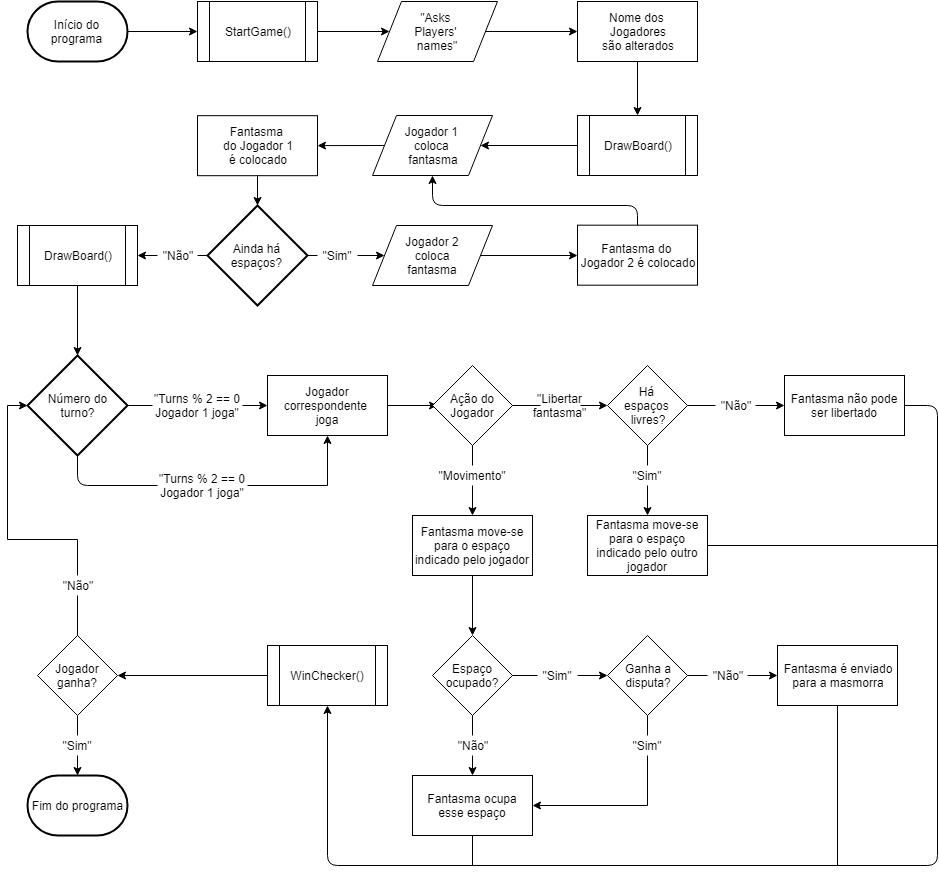
Earlier version of the draw.io export fluxograma.png (DianaPinetree/lp1_projeto1). Source tidied: cells renumbered, new cells last; positions are measured from the earlier drawing's top-left corner, leaving out a move shared by most shapes.
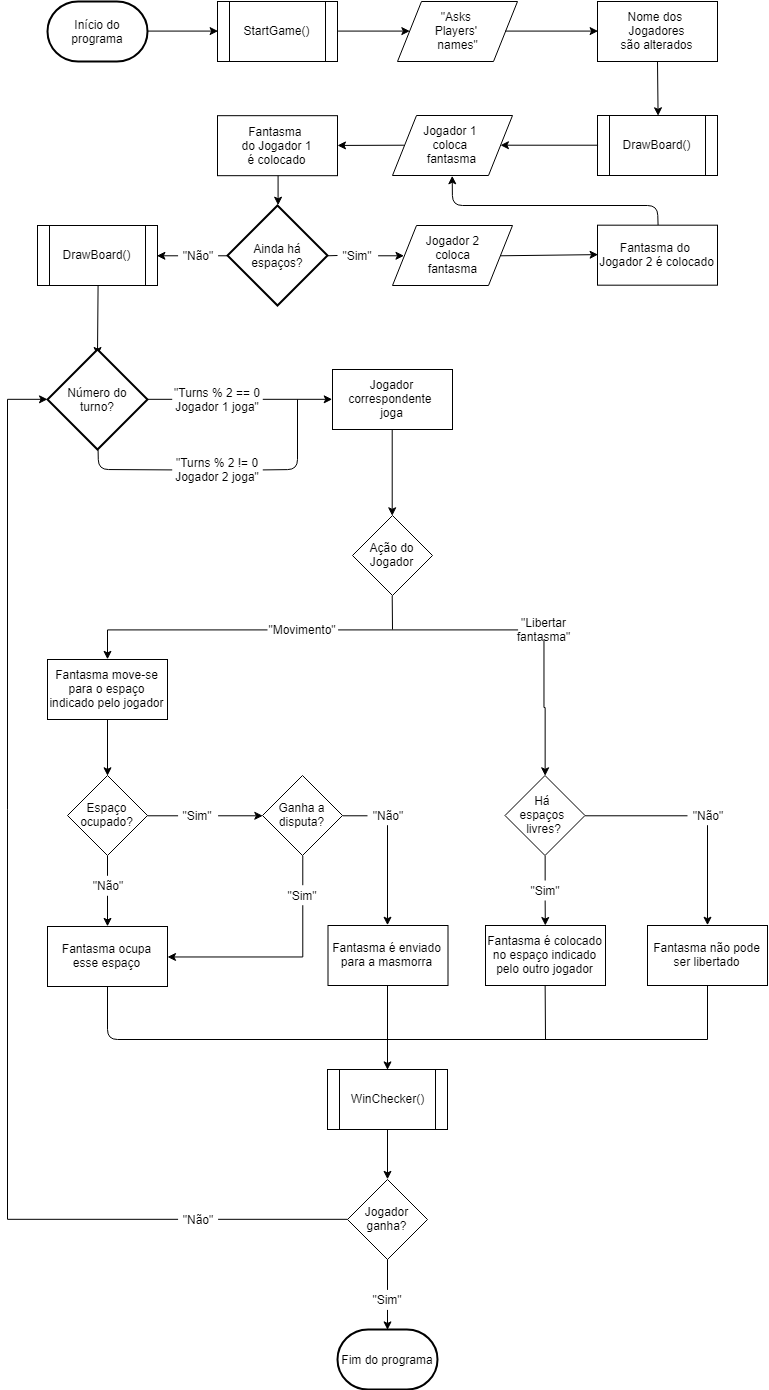
The same diagram one commit later.

Commit message:
Fluxogram 'rework'

Diff of the diagram source:
```diff
@@ -99,6 +99,6 @@
     <mxCell id="29" value="Número do&lt;br&gt;turno?&lt;br&gt;" style="strokeWidth=2;html=1;shape=mxgraph.flowchart.decision;whiteSpace=wrap;" parent="1" vertex="1">
-      <mxGeometry x="20" y="354" width="100" height="100" as="geometry" />
+      <mxGeometry x="20" y="348" width="100" height="100" as="geometry" />
     </mxCell>
     <mxCell id="30" value="Jogador correspondente&amp;nbsp;&lt;br&gt;joga&lt;br&gt;" style="rounded=0;whiteSpace=wrap;html=1;" parent="1" vertex="1">
-      <mxGeometry x="260" y="374" width="120" height="60" as="geometry" />
+      <mxGeometry x="305" y="368" width="120" height="60" as="geometry" />
     </mxCell>
@@ -108,3 +108,3 @@
     <mxCell id="32" value="&quot;Turns % 2 == 0&lt;br&gt;Jogador 1 joga&quot;&lt;br&gt;" style="text;html=1;strokeColor=none;fillColor=none;align=center;verticalAlign=middle;whiteSpace=wrap;rounded=0;" parent="1" vertex="1">
-      <mxGeometry x="145" y="374" width="90" height="60" as="geometry" />
+      <mxGeometry x="145" y="368" width="90" height="60" as="geometry" />
     </mxCell>
@@ -113,7 +113,4 @@
     </mxCell>
-    <mxCell id="34" style="edgeStyle=orthogonalEdgeStyle;rounded=0;jettySize=auto;html=1;exitX=1;exitY=0.5;exitDx=0;exitDy=0;entryX=0.5;entryY=1;entryDx=0;entryDy=0;" parent="1" edge="1" source="35" target="30">
-      <mxGeometry relative="1" as="geometry" />
-    </mxCell>
-    <mxCell id="35" value="&quot;Turns % 2 == 0&lt;br&gt;Jogador 1 joga&quot;&lt;br&gt;" style="text;html=1;strokeColor=none;fillColor=none;align=center;verticalAlign=middle;whiteSpace=wrap;rounded=0;" parent="1" vertex="1">
-      <mxGeometry x="150" y="454" width="90" height="60" as="geometry" />
+    <mxCell id="35" value="&quot;Turns % 2 != 0&lt;br&gt;Jogador 2&amp;nbsp;joga&quot;&lt;br&gt;" style="text;html=1;strokeColor=none;fillColor=none;align=center;verticalAlign=middle;whiteSpace=wrap;rounded=0;" parent="1" vertex="1">
+      <mxGeometry x="145" y="438" width="90" height="60" as="geometry" />
     </mxCell>
@@ -122,3 +119,3 @@
         <Array as="points">
-          <mxPoint x="70" y="484" />
+          <mxPoint x="71" y="468" />
         </Array>
@@ -126,3 +123,3 @@
     </mxCell>
-    <mxCell id="37" style="endArrow=classic;html=1;exitX=1;exitY=0.5;exitDx=0;exitDy=0;entryX=0.063;entryY=0.5;entryDx=0;entryDy=0;entryPerimeter=0;" parent="1" edge="1" source="30" target="38">
+    <mxCell id="37" style="endArrow=classic;html=1;exitX=0.5;exitY=1;exitDx=0;exitDy=0;entryX=0.5;entryY=0;entryDx=0;entryDy=0;" parent="1" edge="1" source="30" target="38">
       <mxGeometry relative="1" as="geometry" />
@@ -130,5 +127,5 @@
     <mxCell id="38" value="Ação do Jogador" style="rhombus;whiteSpace=wrap;html=1;" parent="1" vertex="1">
-      <mxGeometry x="425" y="364" width="80" height="80" as="geometry" />
+      <mxGeometry x="325" y="514" width="80" height="80" as="geometry" />
     </mxCell>
-    <mxCell id="39" style="edgeStyle=orthogonalEdgeStyle;rounded=0;jettySize=auto;html=1;exitX=1;exitY=0.5;exitDx=0;exitDy=0;entryX=0;entryY=0.5;entryDx=0;entryDy=0;" parent="1" edge="1" source="40" target="63">
+    <mxCell id="39" style="edgeStyle=orthogonalEdgeStyle;rounded=0;jettySize=auto;html=1;exitX=0.5;exitY=1;exitDx=0;exitDy=0;entryX=0.5;entryY=0;entryDx=0;entryDy=0;" parent="1" edge="1" source="40" target="63">
       <mxGeometry relative="1" as="geometry" />
@@ -136,5 +133,5 @@
     <mxCell id="40" value="&quot;Libertar fantasma&quot;" style="text;html=1;strokeColor=none;fillColor=none;align=center;verticalAlign=middle;whiteSpace=wrap;rounded=0;" parent="1" vertex="1">
-      <mxGeometry x="532.5" y="394" width="40" height="20" as="geometry" />
+      <mxGeometry x="490" y="618" width="53" height="20" as="geometry" />
     </mxCell>
-    <mxCell id="41" style="edgeStyle=orthogonalEdgeStyle;rounded=0;jettySize=auto;html=1;exitX=0.5;exitY=1;exitDx=0;exitDy=0;entryX=0.5;entryY=0;entryDx=0;entryDy=0;" parent="1" edge="1" source="42" target="43">
+    <mxCell id="41" style="edgeStyle=orthogonalEdgeStyle;rounded=0;jettySize=auto;html=1;exitX=0;exitY=0.5;exitDx=0;exitDy=0;entryX=0.5;entryY=0;entryDx=0;entryDy=0;" parent="1" edge="1" source="42" target="43">
       <mxGeometry relative="1" as="geometry" />
@@ -142,28 +139,18 @@
     <mxCell id="42" value="&quot;Movimento&quot;" style="text;html=1;strokeColor=none;fillColor=none;align=center;verticalAlign=middle;whiteSpace=wrap;rounded=0;" parent="1" vertex="1">
-      <mxGeometry x="445" y="464" width="40" height="20" as="geometry" />
+      <mxGeometry x="240" y="618" width="70" height="20" as="geometry" />
     </mxCell>
     <mxCell id="43" value="Fantasma move-se para o espaço indicado pelo jogador" style="rounded=0;whiteSpace=wrap;html=1;" parent="1" vertex="1">
-      <mxGeometry x="405" y="514" width="120" height="60" as="geometry" />
+      <mxGeometry x="20" y="658" width="120" height="60" as="geometry" />
     </mxCell>
-    <mxCell id="44" style="endArrow=none;html=1;exitX=0.5;exitY=0;exitDx=0;exitDy=0;entryX=0.5;entryY=1;entryDx=0;entryDy=0;" parent="1" edge="1" source="42" target="38">
-      <mxGeometry relative="1" as="geometry" />
-    </mxCell>
-    <mxCell id="45" style="endArrow=none;html=1;exitX=0;exitY=0.5;exitDx=0;exitDy=0;entryX=1;entryY=0.5;entryDx=0;entryDy=0;" parent="1" edge="1" source="40" target="38">
-      <mxGeometry relative="1" as="geometry" />
-    </mxCell>
-    <mxCell id="46" style="endArrow=classic;html=1;exitX=0.5;exitY=1;exitDx=0;exitDy=0;" parent="1" edge="1" source="43">
-      <mxGeometry relative="1" as="geometry">
-        <mxPoint x="465" y="634" as="targetPoint" />
-      </mxGeometry>
+    <mxCell id="46" style="endArrow=classic;html=1;exitX=0.5;exitY=1;exitDx=0;exitDy=0;entryX=0.5;entryY=0;entryDx=0;entryDy=0;" parent="1" edge="1" source="43" target="47">
+      <mxGeometry relative="1" as="geometry" />
     </mxCell>
     <mxCell id="47" value="Espaço ocupado?" style="rhombus;whiteSpace=wrap;html=1;" parent="1" vertex="1">
-      <mxGeometry x="425" y="634" width="80" height="80" as="geometry" />
+      <mxGeometry x="40" y="774" width="80" height="80" as="geometry" />
     </mxCell>
-    <mxCell id="48" style="edgeStyle=orthogonalEdgeStyle;rounded=0;jettySize=auto;html=1;exitX=1;exitY=0.5;exitDx=0;exitDy=0;entryX=0;entryY=0.5;entryDx=0;entryDy=0;" parent="1" edge="1" source="49">
-      <mxGeometry relative="1" as="geometry">
-        <mxPoint x="600" y="674" as="targetPoint" />
-      </mxGeometry>
+    <mxCell id="48" style="edgeStyle=orthogonalEdgeStyle;rounded=0;jettySize=auto;html=1;exitX=1;exitY=0.5;exitDx=0;exitDy=0;entryX=0;entryY=0.5;entryDx=0;entryDy=0;" parent="1" edge="1" source="49" target="55">
+      <mxGeometry relative="1" as="geometry" />
     </mxCell>
     <mxCell id="49" value="&quot;Sim&quot;&lt;br&gt;" style="text;html=1;strokeColor=none;fillColor=none;align=center;verticalAlign=middle;whiteSpace=wrap;rounded=0;" parent="1" vertex="1">
-      <mxGeometry x="530" y="664" width="40" height="20" as="geometry" />
+      <mxGeometry x="150" y="804" width="40" height="20" as="geometry" />
     </mxCell>
@@ -173,3 +160,3 @@
     <mxCell id="51" value="&quot;Não&quot;" style="text;html=1;strokeColor=none;fillColor=none;align=center;verticalAlign=middle;whiteSpace=wrap;rounded=0;" parent="1" vertex="1">
-      <mxGeometry x="445" y="734" width="40" height="20" as="geometry" />
+      <mxGeometry x="60" y="874" width="40" height="20" as="geometry" />
     </mxCell>
@@ -182,6 +169,6 @@
     <mxCell id="54" value="Fantasma ocupa esse espaço" style="rounded=0;whiteSpace=wrap;html=1;" parent="1" vertex="1">
-      <mxGeometry x="405" y="774" width="120" height="60" as="geometry" />
+      <mxGeometry x="20" y="925" width="120" height="60" as="geometry" />
     </mxCell>
     <mxCell id="55" value="Ganha a&lt;br&gt;disputa?&lt;br&gt;" style="rhombus;whiteSpace=wrap;html=1;" parent="1" vertex="1">
-      <mxGeometry x="600" y="634" width="80" height="80" as="geometry" />
+      <mxGeometry x="235" y="774" width="80" height="80" as="geometry" />
     </mxCell>
@@ -191,3 +178,3 @@
     <mxCell id="57" value="&quot;Sim&quot;&lt;br&gt;" style="text;html=1;strokeColor=none;fillColor=none;align=center;verticalAlign=middle;whiteSpace=wrap;rounded=0;" parent="1" vertex="1">
-      <mxGeometry x="620" y="734" width="40" height="20" as="geometry" />
+      <mxGeometry x="255" y="884" width="40" height="20" as="geometry" />
     </mxCell>
@@ -196,3 +183,3 @@
     </mxCell>
-    <mxCell id="59" style="edgeStyle=orthogonalEdgeStyle;rounded=0;jettySize=auto;html=1;exitX=1;exitY=0.5;exitDx=0;exitDy=0;entryX=0;entryY=0.5;entryDx=0;entryDy=0;" parent="1" edge="1" source="60" target="62">
+    <mxCell id="59" style="edgeStyle=orthogonalEdgeStyle;rounded=0;jettySize=auto;html=1;exitX=0.5;exitY=1;exitDx=0;exitDy=0;entryX=0.5;entryY=0;entryDx=0;entryDy=0;" parent="1" edge="1" source="60" target="62">
       <mxGeometry relative="1" as="geometry" />
@@ -200,3 +187,3 @@
     <mxCell id="60" value="&quot;Não&quot;" style="text;html=1;strokeColor=none;fillColor=none;align=center;verticalAlign=middle;whiteSpace=wrap;rounded=0;" parent="1" vertex="1">
-      <mxGeometry x="700" y="664" width="40" height="20" as="geometry" />
+      <mxGeometry x="340" y="804" width="40" height="20" as="geometry" />
     </mxCell>
@@ -206,8 +193,8 @@
     <mxCell id="62" value="Fantasma é enviado&lt;br&gt;para a masmorra&lt;br&gt;" style="rounded=0;whiteSpace=wrap;html=1;" parent="1" vertex="1">
-      <mxGeometry x="770" y="644" width="120" height="60" as="geometry" />
+      <mxGeometry x="300.5" y="924" width="120" height="60" as="geometry" />
     </mxCell>
     <mxCell id="63" value="Há &lt;br&gt;espaços&amp;nbsp;&lt;br&gt;livres?" style="rhombus;whiteSpace=wrap;html=1;" parent="1" vertex="1">
-      <mxGeometry x="600" y="364" width="80" height="80" as="geometry" />
+      <mxGeometry x="477.5" y="774" width="80" height="80" as="geometry" />
     </mxCell>
-    <mxCell id="64" style="edgeStyle=orthogonalEdgeStyle;rounded=0;jettySize=auto;html=1;exitX=1;exitY=0.5;exitDx=0;exitDy=0;entryX=0;entryY=0.5;entryDx=0;entryDy=0;" parent="1" edge="1" source="65" target="66">
+    <mxCell id="64" style="edgeStyle=orthogonalEdgeStyle;rounded=0;jettySize=auto;html=1;entryX=0.5;entryY=0;entryDx=0;entryDy=0;exitX=0.5;exitY=1;exitDx=0;exitDy=0;" parent="1" edge="1" source="65" target="66">
       <mxGeometry relative="1" as="geometry" />
@@ -215,6 +202,6 @@
     <mxCell id="65" value="&quot;Não&quot;" style="text;html=1;strokeColor=none;fillColor=none;align=center;verticalAlign=middle;whiteSpace=wrap;rounded=0;" parent="1" vertex="1">
-      <mxGeometry x="707.5" y="394" width="40" height="20" as="geometry" />
+      <mxGeometry x="660" y="804" width="40" height="20" as="geometry" />
     </mxCell>
     <mxCell id="66" value="Fantasma não pode ser libertado" style="rounded=0;whiteSpace=wrap;html=1;" parent="1" vertex="1">
-      <mxGeometry x="777" y="374" width="120" height="60" as="geometry" />
+      <mxGeometry x="620" y="924" width="120" height="60" as="geometry" />
     </mxCell>
@@ -224,3 +211,3 @@
     <mxCell id="68" value="&quot;Sim&quot;&lt;br&gt;" style="text;html=1;strokeColor=none;fillColor=none;align=center;verticalAlign=middle;whiteSpace=wrap;rounded=0;" parent="1" vertex="1">
-      <mxGeometry x="620" y="464" width="40" height="20" as="geometry" />
+      <mxGeometry x="497.5" y="879" width="40" height="20" as="geometry" />
     </mxCell>
@@ -232,41 +219,9 @@
     </mxCell>
-    <mxCell id="71" value="Fantasma move-se para o espaço indicado pelo outro jogador" style="rounded=0;whiteSpace=wrap;html=1;" parent="1" vertex="1">
-      <mxGeometry x="580" y="514" width="120" height="60" as="geometry" />
+    <mxCell id="71" value="Fantasma é colocado no espaço indicado pelo outro jogador" style="rounded=0;whiteSpace=wrap;html=1;" parent="1" vertex="1">
+      <mxGeometry x="458" y="924" width="120" height="60" as="geometry" />
     </mxCell>
-    <mxCell id="72" style="endArrow=none;html=1;exitX=1;exitY=0.5;exitDx=0;exitDy=0;" parent="1" edge="1" source="66">
-      <mxGeometry relative="1" as="geometry">
-        <mxPoint x="810" y="864" as="targetPoint" />
-        <Array as="points">
-          <mxPoint x="930" y="404" />
-          <mxPoint x="930" y="864" />
-        </Array>
-      </mxGeometry>
-    </mxCell>
-    <mxCell id="73" style="endArrow=none;html=1;exitX=1;exitY=0.5;exitDx=0;exitDy=0;" parent="1" edge="1" source="71">
-      <mxGeometry relative="1" as="geometry">
-        <mxPoint x="930" y="544" as="targetPoint" />
-      </mxGeometry>
-    </mxCell>
-    <mxCell id="74" style="endArrow=none;html=1;entryX=0.5;entryY=1;entryDx=0;entryDy=0;" parent="1" edge="1" target="62">
-      <mxGeometry relative="1" as="geometry">
-        <mxPoint x="830" y="864" as="sourcePoint" />
-      </mxGeometry>
-    </mxCell>
-    <mxCell id="75" style="endArrow=none;html=1;entryX=0.5;entryY=1;entryDx=0;entryDy=0;" parent="1" edge="1" target="54">
-      <mxGeometry relative="1" as="geometry">
-        <mxPoint x="465" y="864" as="sourcePoint" />
-      </mxGeometry>
-    </mxCell>
-    <mxCell id="76" style="endArrow=classic;html=1;entryX=0.5;entryY=1;entryDx=0;entryDy=0;" parent="1" edge="1" target="77">
-      <mxGeometry relative="1" as="geometry">
-        <mxPoint x="820" y="864" as="sourcePoint" />
-        <Array as="points">
-          <mxPoint x="320" y="864" />
-        </Array>
-      </mxGeometry>
-    </mxCell>
     <mxCell id="77" value="WinChecker()" style="shape=process;whiteSpace=wrap;html=1;backgroundOutline=1;" parent="1" vertex="1">
-      <mxGeometry x="260" y="644" width="120" height="60" as="geometry" />
+      <mxGeometry x="300" y="1068" width="120" height="60" as="geometry" />
     </mxCell>
-    <mxCell id="78" style="endArrow=classic;html=1;entryX=1;entryY=0.5;entryDx=0;entryDy=0;exitX=0;exitY=0.5;exitDx=0;exitDy=0;" parent="1" edge="1" source="77" target="79">
+    <mxCell id="78" style="endArrow=classic;html=1;entryX=0.5;entryY=0;entryDx=0;entryDy=0;exitX=0.5;exitY=1;exitDx=0;exitDy=0;" parent="1" edge="1" source="77" target="79">
       <mxGeometry relative="1" as="geometry" />
@@ -274,10 +229,9 @@
     <mxCell id="79" value="Jogador ganha?" style="rhombus;whiteSpace=wrap;html=1;" parent="1" vertex="1">
-      <mxGeometry x="30" y="634" width="80" height="80" as="geometry" />
+      <mxGeometry x="320" y="1178" width="80" height="80" as="geometry" />
     </mxCell>
-    <mxCell id="80" style="edgeStyle=orthogonalEdgeStyle;rounded=0;jettySize=auto;html=1;exitX=0.5;exitY=0;exitDx=0;exitDy=0;entryX=0;entryY=0.5;entryDx=0;entryDy=0;entryPerimeter=0;" parent="1" edge="1" source="81" target="29">
+    <mxCell id="80" style="edgeStyle=orthogonalEdgeStyle;rounded=0;jettySize=auto;html=1;exitX=0;exitY=0.5;exitDx=0;exitDy=0;entryX=0;entryY=0.5;entryDx=0;entryDy=0;entryPerimeter=0;" parent="1" edge="1" source="81" target="29">
       <mxGeometry relative="1" as="geometry">
         <Array as="points">
-          <mxPoint x="70" y="538" />
-          <mxPoint y="538" />
-          <mxPoint y="404" />
+          <mxPoint x="-20" y="1218" />
+          <mxPoint x="-20" y="398" />
         </Array>
@@ -286,3 +240,3 @@
     <mxCell id="81" value="&quot;Não&quot;" style="text;html=1;strokeColor=none;fillColor=none;align=center;verticalAlign=middle;whiteSpace=wrap;rounded=0;" parent="1" vertex="1">
-      <mxGeometry x="50" y="574" width="40" height="20" as="geometry" />
+      <mxGeometry x="150" y="1208" width="40" height="20" as="geometry" />
     </mxCell>
@@ -292,13 +246,56 @@
     <mxCell id="83" value="&quot;Sim&quot;" style="text;html=1;strokeColor=none;fillColor=none;align=center;verticalAlign=middle;whiteSpace=wrap;rounded=0;" parent="1" vertex="1">
-      <mxGeometry x="50" y="734" width="40" height="20" as="geometry" />
+      <mxGeometry x="340" y="1288" width="40" height="20" as="geometry" />
     </mxCell>
-    <mxCell id="84" style="endArrow=none;html=1;entryX=0.5;entryY=1;entryDx=0;entryDy=0;exitX=0.5;exitY=0;exitDx=0;exitDy=0;" parent="1" edge="1" source="79" target="81">
-      <mxGeometry relative="1" as="geometry" />
-    </mxCell>
+    <mxCell id="86" value="Fim do programa" style="strokeWidth=2;html=1;shape=mxgraph.flowchart.terminator;whiteSpace=wrap;" parent="1" vertex="1">
+      <mxGeometry x="310" y="1328" width="100" height="60" as="geometry" />
+    </mxCell>
+    <mxCell id="87" style="endArrow=none;html=1;entryX=1;entryY=0.5;entryDx=0;entryDy=0;" parent="1" edge="1" target="35">
+      <mxGeometry relative="1" as="geometry">
+        <mxPoint x="270" y="398" as="sourcePoint" />
+        <Array as="points">
+          <mxPoint x="270" y="468" />
+        </Array>
+      </mxGeometry>
+    </mxCell>
+    <mxCell id="88" style="endArrow=none;html=1;entryX=0;entryY=0.5;entryDx=0;entryDy=0;exitX=1;exitY=0.5;exitDx=0;exitDy=0;" parent="1" edge="1" source="42" target="40">
+      <mxGeometry relative="1" as="geometry" />
+    </mxCell>
+    <mxCell id="89" style="endArrow=none;html=1;entryX=0.5;entryY=1;entryDx=0;entryDy=0;" parent="1" edge="1" target="38">
+      <mxGeometry relative="1" as="geometry">
+        <mxPoint x="365" y="628" as="sourcePoint" />
+      </mxGeometry>
+    </mxCell>
-    <mxCell id="85" style="endArrow=none;html=1;entryX=0.5;entryY=1;entryDx=0;entryDy=0;exitX=0.5;exitY=0;exitDx=0;exitDy=0;" parent="1" edge="1" source="83" target="79">
+    <mxCell id="85" style="endArrow=none;html=1;exitX=0.5;exitY=0;exitDx=0;exitDy=0;entryX=0.5;entryY=1;entryDx=0;entryDy=0;" parent="1" edge="1" source="83" target="79">
       <mxGeometry relative="1" as="geometry" />
     </mxCell>
-    <mxCell id="86" value="Fim do programa" style="strokeWidth=2;html=1;shape=mxgraph.flowchart.terminator;whiteSpace=wrap;" parent="1" vertex="1">
-      <mxGeometry x="20" y="774" width="100" height="60" as="geometry" />
-    </mxCell>
+    <mxCell id="90" style="endArrow=none;html=1;entryX=0;entryY=0.5;entryDx=0;entryDy=0;exitX=1;exitY=0.5;exitDx=0;exitDy=0;" parent="1" edge="1" source="81" target="79">
+      <mxGeometry relative="1" as="geometry" />
+    </mxCell>
+    <mxCell id="91" style="endArrow=none;html=1;entryX=0.5;entryY=1;entryDx=0;entryDy=0;" parent="1" edge="1" target="54">
+      <mxGeometry relative="1" as="geometry">
+        <mxPoint x="360" y="1038" as="sourcePoint" />
+        <Array as="points">
+          <mxPoint x="80" y="1038" />
+        </Array>
+      </mxGeometry>
+    </mxCell>
+    <mxCell id="92" style="endArrow=classic;html=1;exitX=0.5;exitY=1;exitDx=0;exitDy=0;entryX=0.5;entryY=0;entryDx=0;entryDy=0;" parent="1" edge="1" source="62" target="77">
+      <mxGeometry relative="1" as="geometry" />
+    </mxCell>
+    <mxCell id="93" style="endArrow=none;html=1;" parent="1" edge="1">
+      <mxGeometry relative="1" as="geometry">
+        <mxPoint x="360" y="1038" as="sourcePoint" />
+        <mxPoint x="680" y="1038" as="targetPoint" />
+      </mxGeometry>
+    </mxCell>
+    <mxCell id="94" style="endArrow=none;html=1;entryX=0.5;entryY=1;entryDx=0;entryDy=0;" parent="1" edge="1" target="66">
+      <mxGeometry relative="1" as="geometry">
+        <mxPoint x="680" y="1038" as="sourcePoint" />
+      </mxGeometry>
+    </mxCell>
+    <mxCell id="95" style="endArrow=none;html=1;entryX=0.5;entryY=1;entryDx=0;entryDy=0;" parent="1" edge="1" target="71">
+      <mxGeometry relative="1" as="geometry">
+        <mxPoint x="518" y="1038" as="sourcePoint" />
+      </mxGeometry>
+    </mxCell>
   </root>
```
